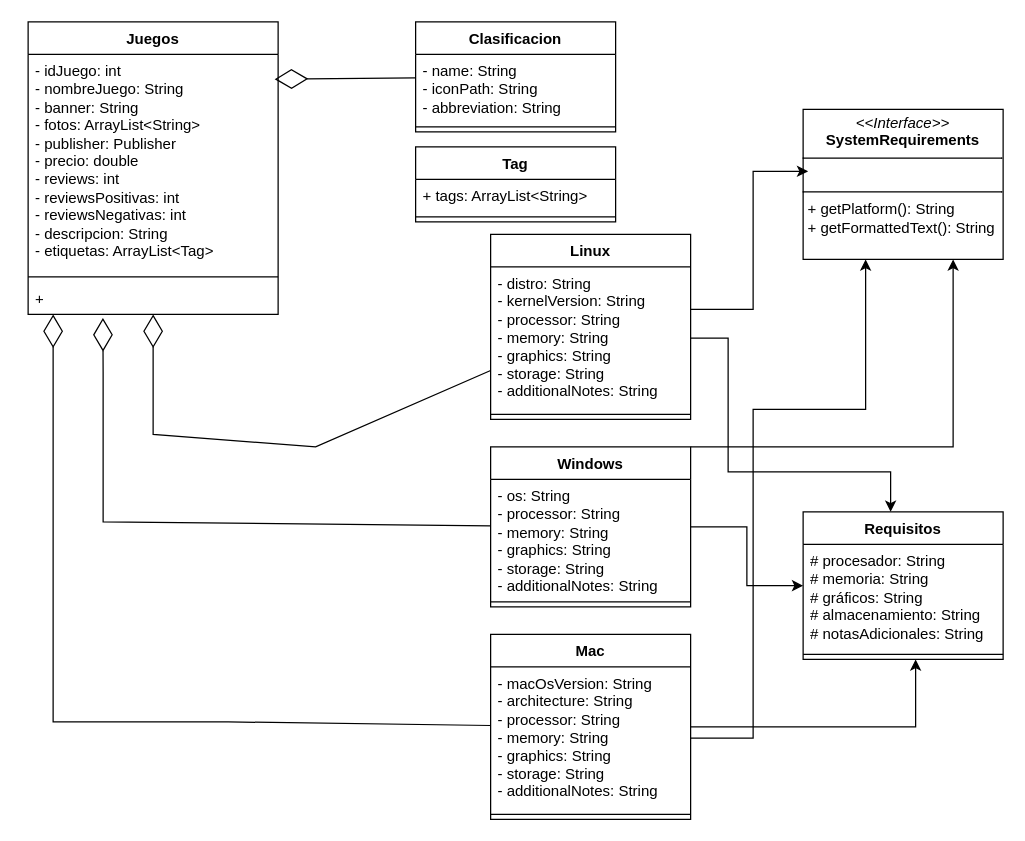
Earlier version of the draw.io diagram page "Página-2" (2 of 2) of diagramaClases.drawio (mauriloopezb17/WASD). Source tidied: cells renumbered, new cells numbered last; positions are measured from the earlier drawing's top-left corner, leaving out a move shared by most shapes. Both pictures are drawn from the tidied source at 125%, with x=0, y=0 at pixel (28, 21).
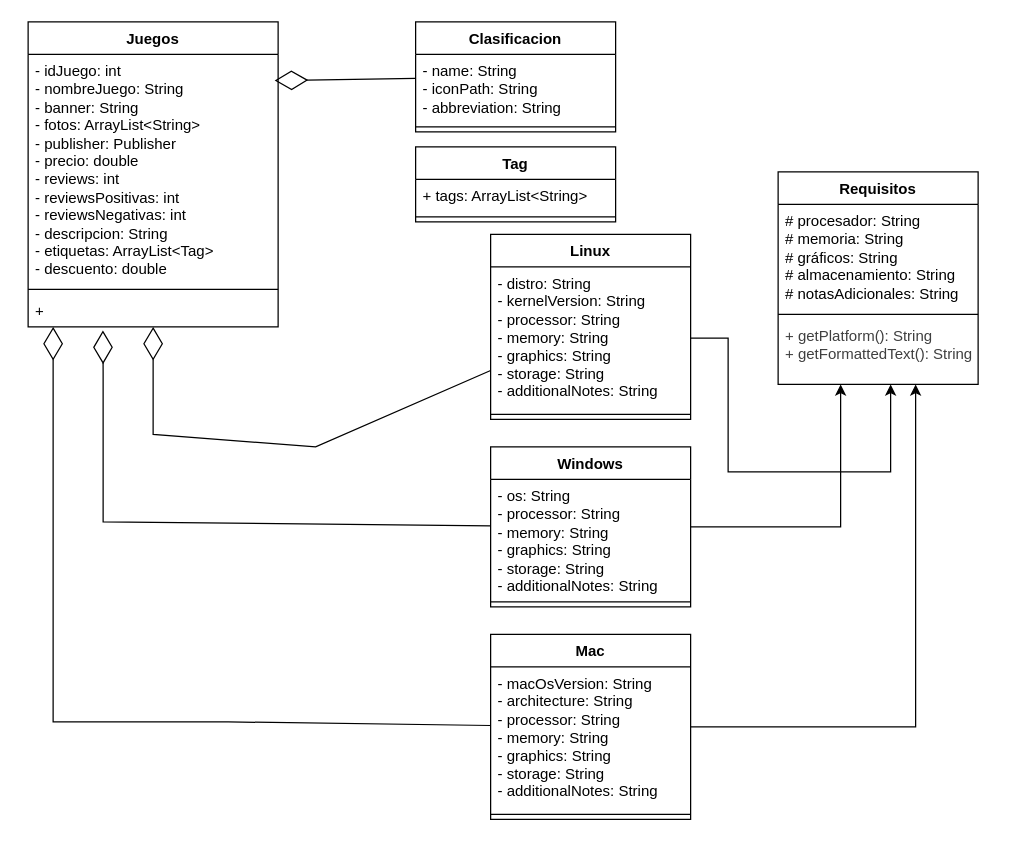
After the change.

Unchanged cells that the change refers to:
```xml
<mxCell id="8" value="- distro: String&lt;div&gt;- kernelVersion: String&lt;/div&gt;&lt;div&gt;- processor: String&lt;/div&gt;&lt;div&gt;- memory: String&lt;/div&gt;&lt;div&gt;- graphics: String&lt;/div&gt;&lt;div&gt;- storage: String&lt;/div&gt;&lt;div&gt;- additionalNotes: String&lt;/div&gt;" style="text;strokeColor=none;fillColor=none;align=left;verticalAlign=top;spacingLeft=4;spacingRight=4;overflow=hidden;points=[[0,0.5],[1,0.5]];portConstraint=eastwest;whiteSpace=wrap;html=1;" parent="7" vertex="1">
  <mxGeometry y="26" width="160" height="114" as="geometry" />
</mxCell>
<mxCell id="12" value="Windows" style="swimlane;fontStyle=1;align=center;verticalAlign=top;horizontal=1;startSize=26;whiteSpace=wrap;html=1;" parent="1" vertex="1">
  <mxGeometry x="370" y="340" width="160" height="128" as="geometry" />
</mxCell>
<mxCell id="16" value="Mac" style="swimlane;fontStyle=1;align=center;verticalAlign=top;horizontal=1;startSize=26;whiteSpace=wrap;html=1;" parent="1" vertex="1">
  <mxGeometry x="370" y="490" width="160" height="148" as="geometry" />
</mxCell>
<mxCell id="17" value="- macOsVersion: String&lt;div&gt;- architecture: String&lt;/div&gt;&lt;div&gt;- processor: String&lt;/div&gt;&lt;div&gt;- memory: String&lt;/div&gt;&lt;div&gt;- graphics: String&lt;/div&gt;&lt;div&gt;- storage: String&lt;/div&gt;&lt;div&gt;- additionalNotes: String&lt;/div&gt;" style="text;strokeColor=none;fillColor=none;align=left;verticalAlign=top;spacingLeft=4;spacingRight=4;overflow=hidden;points=[[0,0.5],[1,0.5]];portConstraint=eastwest;whiteSpace=wrap;html=1;" parent="16" vertex="1">
  <mxGeometry y="26" width="160" height="114" as="geometry" />
</mxCell>
```

Diff of the diagram source:
```diff
@@
     <mxCell id="2" value="Juegos" style="swimlane;fontStyle=1;align=center;verticalAlign=top;horizontal=1;startSize=26;whiteSpace=wrap;html=1;" parent="1" vertex="1">
-      <mxGeometry width="200" height="234" as="geometry" />
+      <mxGeometry width="200" height="244" as="geometry" />
     </mxCell>
-    <mxCell id="3" value="- idJuego: int&amp;nbsp;&lt;div&gt;- nombreJuego: String&lt;div&gt;- banner: String&lt;/div&gt;&lt;/div&gt;&lt;div&gt;- fotos: ArrayList&amp;lt;String&amp;gt;&lt;/div&gt;&lt;div&gt;- publisher: Publisher&lt;/div&gt;&lt;div&gt;- precio: double&lt;/div&gt;&lt;div&gt;- reviews: int&lt;/div&gt;&lt;div&gt;- reviewsPositivas: int&lt;/div&gt;&lt;div&gt;- reviewsNegativas: int&lt;/div&gt;&lt;div&gt;- descripcion: String&lt;/div&gt;&lt;div&gt;- etiquetas: ArrayList&amp;lt;Tag&amp;gt;&lt;/div&gt;" style="text;strokeColor=none;fillColor=none;align=left;verticalAlign=top;spacingLeft=4;spacingRight=4;overflow=hidden;points=[[0,0.5],[1,0.5]];portConstraint=eastwest;whiteSpace=wrap;html=1;" parent="2" vertex="1">
-      <mxGeometry y="26" width="200" height="174" as="geometry" />
+    <mxCell id="3" value="- idJuego: int&amp;nbsp;&lt;div&gt;- nombreJuego: String&lt;div&gt;- banner: String&lt;/div&gt;&lt;/div&gt;&lt;div&gt;- fotos: ArrayList&amp;lt;String&amp;gt;&lt;/div&gt;&lt;div&gt;- publisher: Publisher&lt;/div&gt;&lt;div&gt;- precio: double&lt;/div&gt;&lt;div&gt;- reviews: int&lt;/div&gt;&lt;div&gt;- reviewsPositivas: int&lt;/div&gt;&lt;div&gt;- reviewsNegativas: int&lt;/div&gt;&lt;div&gt;- descripcion: String&lt;/div&gt;&lt;div&gt;- etiquetas: ArrayList&amp;lt;Tag&amp;gt;&lt;/div&gt;&lt;div&gt;- descuento: double&lt;/div&gt;" style="text;strokeColor=none;fillColor=none;align=left;verticalAlign=top;spacingLeft=4;spacingRight=4;overflow=hidden;points=[[0,0.5],[1,0.5]];portConstraint=eastwest;whiteSpace=wrap;html=1;" parent="2" vertex="1">
+      <mxGeometry y="26" width="200" height="184" as="geometry" />
     </mxCell>
     <mxCell id="4" style="line;strokeWidth=1;fillColor=none;align=left;verticalAlign=middle;spacingTop=-1;spacingLeft=3;spacingRight=3;labelPosition=right;strokeColor=inherit;" parent="2" vertex="1">
-      <mxGeometry y="200" width="200" height="8" as="geometry" />
+      <mxGeometry y="210" width="200" height="8" as="geometry" />
     </mxCell>
     <mxCell id="5" value="+&amp;nbsp;" style="text;strokeColor=none;fillColor=none;align=left;verticalAlign=top;spacingLeft=4;spacingRight=4;overflow=hidden;points=[[0,0.5],[1,0.5]];portConstraint=eastwest;whiteSpace=wrap;html=1;" parent="2" vertex="1">
-      <mxGeometry y="208" width="200" height="26" as="geometry" />
+      <mxGeometry y="218" width="200" height="26" as="geometry" />
     </mxCell>
-    <mxCell id="6" value="&lt;p style=&quot;margin:0px;margin-top:4px;text-align:center;&quot;&gt;&lt;i&gt;&amp;lt;&amp;lt;Interface&amp;gt;&amp;gt;&lt;/i&gt;&lt;br&gt;&lt;b&gt;SystemRequirements&lt;/b&gt;&lt;/p&gt;&lt;hr size=&quot;1&quot; style=&quot;border-style:solid;&quot;&gt;&lt;p style=&quot;margin:0px;margin-left:4px;&quot;&gt;&lt;br&gt;&lt;/p&gt;&lt;hr size=&quot;1&quot; style=&quot;border-style:solid;&quot;&gt;&lt;p style=&quot;margin:0px;margin-left:4px;&quot;&gt;+ getPlatform(): String&lt;br&gt;+ getFormattedText(): String&lt;/p&gt;" style="verticalAlign=top;align=left;overflow=fill;html=1;whiteSpace=wrap;" parent="1" vertex="1">
-      <mxGeometry x="620" y="70" width="160" height="120" as="geometry" />
-    </mxCell>
@@
-    <mxCell id="10" style="edgeStyle=orthogonalEdgeStyle;rounded=0;jettySize=auto;html=1;exitX=1;exitY=0;exitDx=0;exitDy=0;" parent="1" edge="1" source="12" target="6">
-      <mxGeometry relative="1" as="geometry">
-        <Array as="points">
-          <mxPoint x="740" y="340" />
-        </Array>
-      </mxGeometry>
-    </mxCell>
     <mxCell id="11" style="edgeStyle=orthogonalEdgeStyle;rounded=0;jettySize=auto;html=1;" parent="1" edge="1" source="12" target="29">
-      <mxGeometry relative="1" as="geometry" />
+      <mxGeometry relative="1" as="geometry">
+        <Array as="points">
+          <mxPoint x="650" y="404" />
+        </Array>
+      </mxGeometry>
     </mxCell>
@@
-    <mxCell id="15" style="edgeStyle=orthogonalEdgeStyle;rounded=0;jettySize=auto;html=1;" parent="1" edge="1" source="16" target="29">
-      <mxGeometry relative="1" as="geometry">
-        <Array as="points">
-          <mxPoint x="710" y="564" />
-        </Array>
-      </mxGeometry>
-    </mxCell>
@@
+    <mxCell id="33" style="edgeStyle=orthogonalEdgeStyle;rounded=0;jettySize=auto;html=1;" parent="1" edge="1" source="8" target="29">
+      <mxGeometry relative="1" as="geometry">
+        <Array as="points">
+          <mxPoint x="560" y="253" />
+          <mxPoint x="560" y="360" />
+          <mxPoint x="690" y="360" />
+        </Array>
+      </mxGeometry>
+    </mxCell>
+    <mxCell id="15" style="edgeStyle=orthogonalEdgeStyle;rounded=0;jettySize=auto;html=1;" parent="1" edge="1" source="16" target="29">
+      <mxGeometry relative="1" as="geometry">
+        <Array as="points">
+          <mxPoint x="710" y="564" />
+        </Array>
+      </mxGeometry>
+    </mxCell>
     <mxCell id="29" value="Requisitos" style="swimlane;fontStyle=1;align=center;verticalAlign=top;horizontal=1;startSize=26;whiteSpace=wrap;html=1;" parent="1" vertex="1">
-      <mxGeometry x="620" y="392" width="160" height="118" as="geometry" />
+      <mxGeometry x="600" y="120" width="160" height="170" as="geometry" />
     </mxCell>
-    <mxCell id="30" value="# procesador: String&lt;div&gt;# memoria: String&lt;/div&gt;&lt;div&gt;# gráficos: String&lt;/div&gt;&lt;div&gt;# almacenamiento: String&lt;/div&gt;&lt;div&gt;# notasAdicionales: String&lt;/div&gt;" style="text;strokeColor=none;fillColor=none;align=left;verticalAlign=top;spacingLeft=4;spacingRight=4;overflow=hidden;whiteSpace=wrap;html=1;" parent="29" vertex="1">
+    <mxCell id="30" value="&lt;span style=&quot;color: rgb(0, 0, 0);&quot;&gt;# procesador: String&lt;/span&gt;&lt;div&gt;# memoria: String&lt;/div&gt;&lt;div&gt;# gráficos: String&lt;/div&gt;&lt;div&gt;# almacenamiento: String&lt;/div&gt;&lt;div&gt;# notasAdicionales: String&lt;/div&gt;" style="text;strokeColor=none;fillColor=none;align=left;verticalAlign=top;spacingLeft=4;spacingRight=4;overflow=hidden;whiteSpace=wrap;html=1;" parent="29" vertex="1">
       <mxGeometry y="26" width="160" height="84" as="geometry" />
     </mxCell>
@@
-    <mxCell id="32" style="edgeStyle=orthogonalEdgeStyle;rounded=0;jettySize=auto;html=1;entryX=0.025;entryY=0.413;entryDx=0;entryDy=0;entryPerimeter=0;" parent="1" edge="1" source="8" target="6">
-      <mxGeometry relative="1" as="geometry">
-        <Array as="points">
-          <mxPoint x="580" y="230" />
-          <mxPoint x="580" y="120" />
-        </Array>
-      </mxGeometry>
-    </mxCell>
-    <mxCell id="33" style="edgeStyle=orthogonalEdgeStyle;rounded=0;jettySize=auto;html=1;" parent="1" edge="1" source="8" target="29">
-      <mxGeometry relative="1" as="geometry">
-        <Array as="points">
-          <mxPoint x="560" y="253" />
-          <mxPoint x="560" y="360" />
-          <mxPoint x="690" y="360" />
-        </Array>
-      </mxGeometry>
-    </mxCell>
-    <mxCell id="34" style="edgeStyle=orthogonalEdgeStyle;rounded=0;jettySize=auto;html=1;" parent="1" edge="1" source="17" target="6">
-      <mxGeometry relative="1" as="geometry">
-        <Array as="points">
-          <mxPoint x="580" y="573" />
-          <mxPoint x="580" y="310" />
-          <mxPoint x="670" y="310" />
-        </Array>
-      </mxGeometry>
-    </mxCell>
+    <mxCell id="35" value="&lt;span style=&quot;color: rgb(63, 63, 63);&quot;&gt;+ getPlatform(): String&lt;/span&gt;&lt;br style=&quot;color: rgb(63, 63, 63);&quot;&gt;&lt;span style=&quot;color: rgb(63, 63, 63);&quot;&gt;+ getFormattedText(): String&lt;/span&gt;" style="text;strokeColor=none;fillColor=none;align=left;verticalAlign=top;spacingLeft=4;spacingRight=4;overflow=hidden;whiteSpace=wrap;html=1;" parent="29" vertex="1">
+      <mxGeometry y="118" width="160" height="52" as="geometry" />
+    </mxCell>
```
